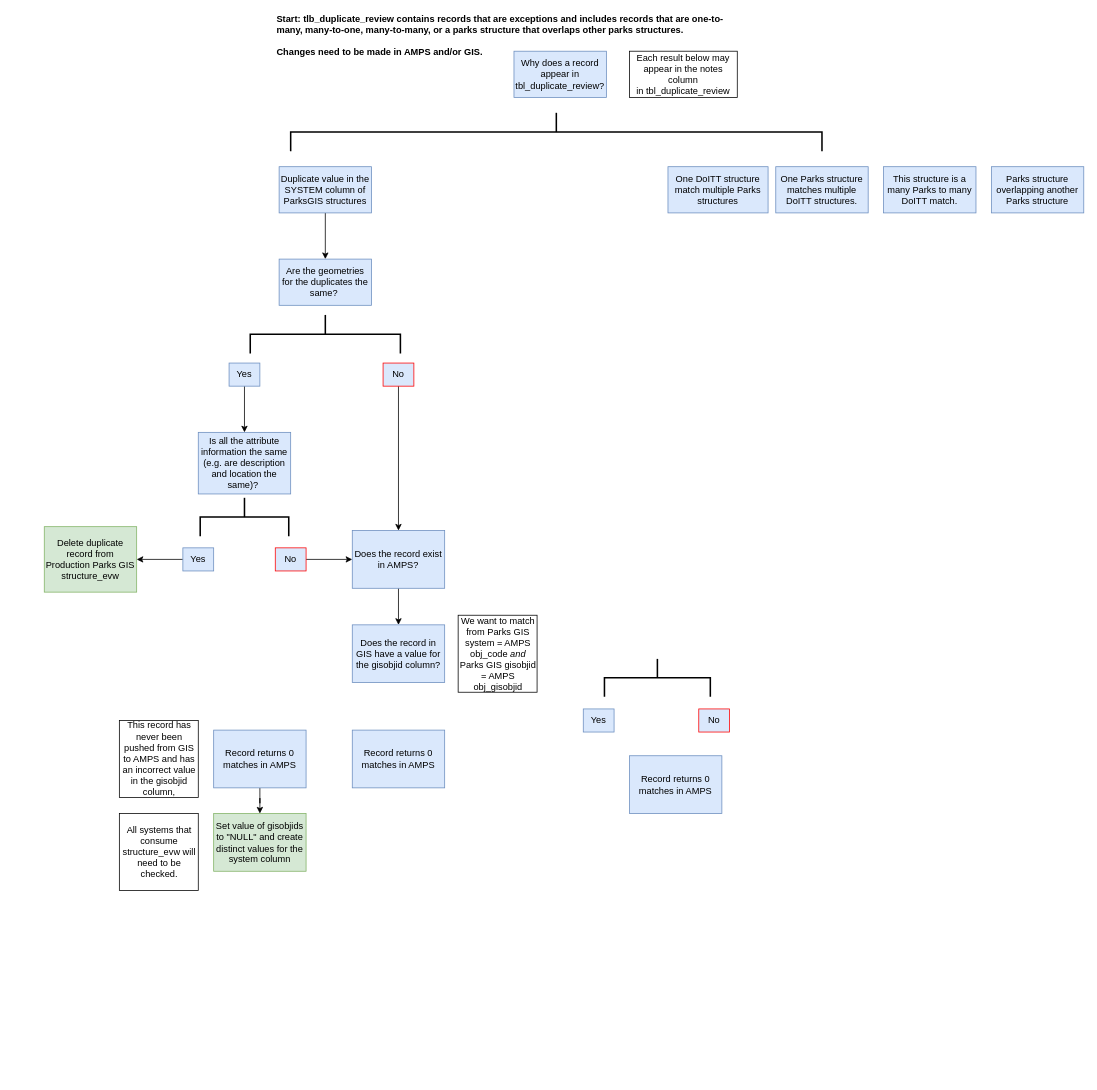
Above: Untitled Diagram.drawio in NYCParks-data/Structures (draw.io), before the change. Source tidied: cells renumbered, new cells numbered last; positions are measured from the earlier drawing's top-left corner, leaving out a move shared by most shapes. Both pictures are drawn from the tidied source at 77%, with x=0, y=0 at pixel (44, -134).
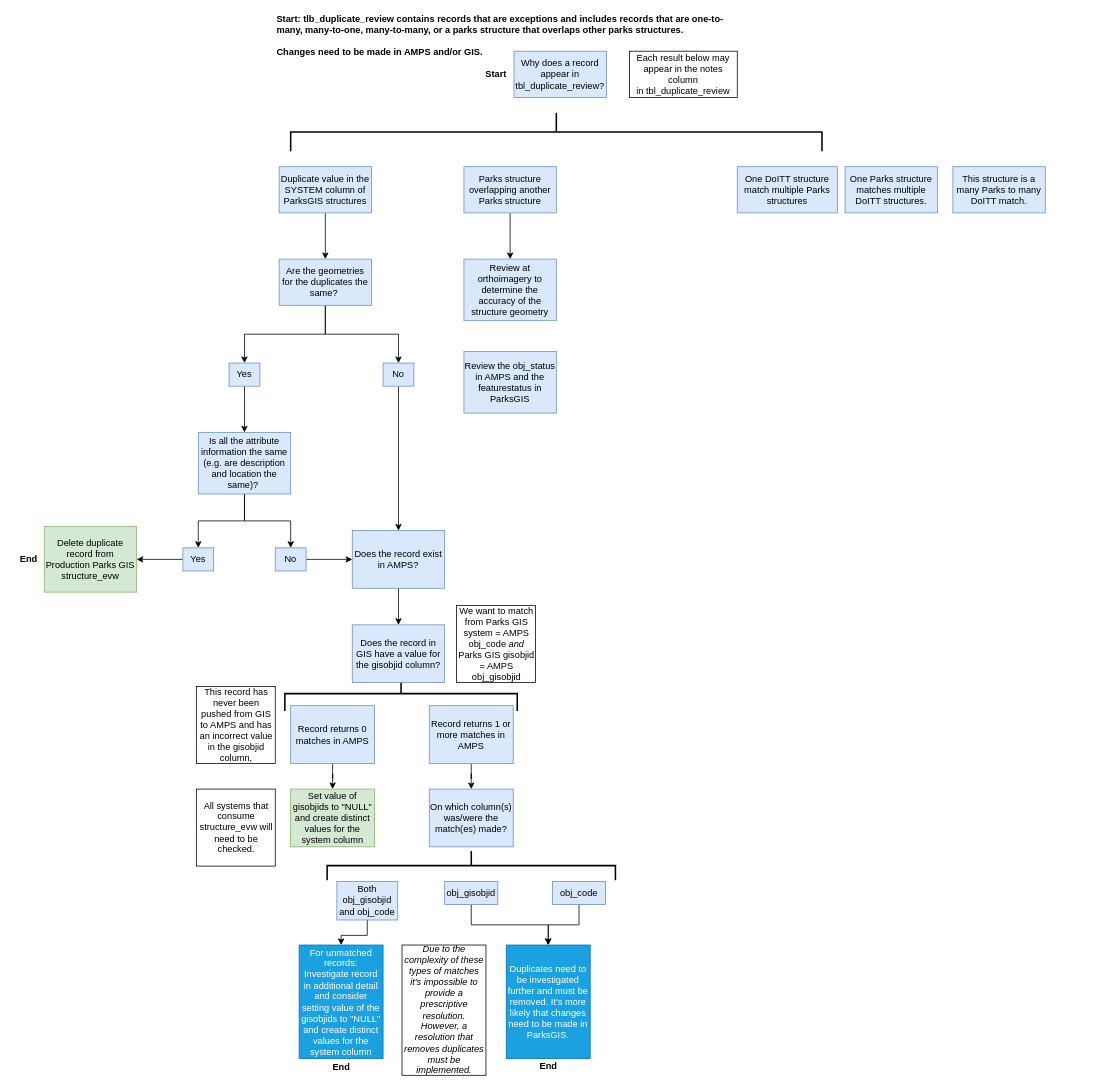
The same page after the edit.

Unchanged cells that the change refers to:
```xml
<mxCell id="12" value="Are the geometries for the duplicates the same?&amp;nbsp;" style="rounded=0;whiteSpace=wrap;html=1;fillColor=#dae8fc;strokeColor=#6c8ebf;" parent="1" vertex="1">
  <mxGeometry x="305" y="510" width="120" height="60" as="geometry" />
</mxCell>
<mxCell id="17" value="Is all the attribute information the same (e.g. are description and location the same)?&amp;nbsp;" style="rounded=0;whiteSpace=wrap;html=1;fillColor=#dae8fc;strokeColor=#6c8ebf;" parent="1" vertex="1">
  <mxGeometry x="200" y="735" width="120" height="80" as="geometry" />
</mxCell>
<mxCell id="19" value="Yes" style="rounded=0;whiteSpace=wrap;html=1;fillColor=#dae8fc;strokeColor=#6c8ebf;" parent="1" vertex="1">
  <mxGeometry x="180" y="885" width="40" height="30" as="geometry" />
</mxCell>
```

Diff of the diagram source:
```diff
@@
     <mxCell id="2" value="&lt;div style=&quot;box-sizing: border-box&quot;&gt;&lt;font style=&quot;font-size: 12px&quot;&gt;This structure is a many Parks to many DoITT match.&lt;/font&gt;&lt;/div&gt;" style="rounded=0;whiteSpace=wrap;html=1;fillColor=#dae8fc;strokeColor=#6c8ebf;" parent="1" vertex="1">
-      <mxGeometry x="1090" y="390" width="120" height="60" as="geometry" />
+      <mxGeometry x="1180" y="390" width="120" height="60" as="geometry" />
     </mxCell>
     <mxCell id="3" value="&lt;div style=&quot;box-sizing: border-box ; font-family: &amp;#34;segoe ui&amp;#34; , , &amp;#34;apple color emoji&amp;#34; , &amp;#34;segoe ui emoji&amp;#34; , sans-serif&quot;&gt;One Parks structure matches multiple DoITT structures.&lt;/div&gt;" style="rounded=0;whiteSpace=wrap;html=1;fillColor=#dae8fc;strokeColor=#6c8ebf;" parent="1" vertex="1">
-      <mxGeometry x="950" y="390" width="120" height="60" as="geometry" />
+      <mxGeometry x="1040" y="390" width="120" height="60" as="geometry" />
     </mxCell>
     <mxCell id="4" value="&lt;div style=&quot;box-sizing: border-box ; font-family: &amp;#34;segoe ui&amp;#34; , , &amp;#34;apple color emoji&amp;#34; , &amp;#34;segoe ui emoji&amp;#34; , sans-serif&quot;&gt;One DoITT structure match multiple Parks structures&lt;/div&gt;" style="rounded=0;whiteSpace=wrap;html=1;fillColor=#dae8fc;strokeColor=#6c8ebf;" parent="1" vertex="1">
-      <mxGeometry x="810" y="390" width="130" height="60" as="geometry" />
+      <mxGeometry x="900" y="390" width="130" height="60" as="geometry" />
     </mxCell>
@@
+    <mxCell id="39" style="edgeStyle=orthogonalEdgeStyle;rounded=0;jettySize=auto;html=1;" parent="1" edge="1" source="6" target="60">
+      <mxGeometry relative="1" as="geometry" />
+    </mxCell>
     <mxCell id="6" value="&lt;div style=&quot;box-sizing: border-box ; font-family: &amp;#34;segoe ui&amp;#34; , , &amp;#34;apple color emoji&amp;#34; , &amp;#34;segoe ui emoji&amp;#34; , sans-serif ; font-size: 14px&quot;&gt;&lt;div style=&quot;box-sizing: border-box ; font-family: &amp;#34;segoe ui&amp;#34; , , &amp;#34;apple color emoji&amp;#34; , &amp;#34;segoe ui emoji&amp;#34; , sans-serif ; font-size: 12px&quot;&gt;Parks structure overlapping another Parks structure&lt;/div&gt;&lt;/div&gt;" style="rounded=0;whiteSpace=wrap;html=1;fillColor=#dae8fc;strokeColor=#6c8ebf;" parent="1" vertex="1">
-      <mxGeometry x="1230" y="390" width="120" height="60" as="geometry" />
+      <mxGeometry x="545" y="390" width="120" height="60" as="geometry" />
     </mxCell>
@@
+    <mxCell id="40" style="edgeStyle=orthogonalEdgeStyle;rounded=0;jettySize=auto;html=1;exitX=0.5;exitY=1;exitDx=0;exitDy=0;entryX=0.5;entryY=0;entryDx=0;entryDy=0;" parent="1" edge="1" source="12" target="14">
+      <mxGeometry relative="1" as="geometry" />
+    </mxCell>
+    <mxCell id="41" style="edgeStyle=orthogonalEdgeStyle;rounded=0;jettySize=auto;html=1;exitX=0.5;exitY=1;exitDx=0;exitDy=0;entryX=0.5;entryY=0;entryDx=0;entryDy=0;" parent="1" edge="1" source="12" target="16">
+      <mxGeometry relative="1" as="geometry" />
+    </mxCell>
@@
-    <mxCell id="14" value="Yes" style="rounded=0;whiteSpace=wrap;html=1;fillColor=#dae8fc;strokeColor=#6c8ebf;" parent="1" vertex="1">
+    <mxCell id="14" value="Yes" style="rounded=0;whiteSpace=wrap;html=1;fillColor=#dae8fc;strokeColor=#6C8EBF;" parent="1" vertex="1">
       <mxGeometry x="240" y="645" width="40" height="30" as="geometry" />
     </mxCell>
@@
-    <mxCell id="16" value="No" style="rounded=0;whiteSpace=wrap;html=1;fillColor=#dae8fc;strokeColor=#FF0000;" parent="1" vertex="1">
+    <mxCell id="16" value="No" style="rounded=0;whiteSpace=wrap;html=1;fillColor=#dae8fc;strokeColor=#6C8EBF;" parent="1" vertex="1">
       <mxGeometry x="440" y="645" width="40" height="30" as="geometry" />
     </mxCell>
+    <mxCell id="42" style="edgeStyle=orthogonalEdgeStyle;rounded=0;jettySize=auto;html=1;exitX=0.5;exitY=1;exitDx=0;exitDy=0;entryX=0.5;entryY=0;entryDx=0;entryDy=0;" parent="1" edge="1" source="17" target="19">
+      <mxGeometry relative="1" as="geometry" />
+    </mxCell>
+    <mxCell id="43" style="edgeStyle=orthogonalEdgeStyle;rounded=0;jettySize=auto;html=1;exitX=0.5;exitY=1;exitDx=0;exitDy=0;entryX=0.5;entryY=0;entryDx=0;entryDy=0;" parent="1" edge="1" source="17" target="21">
+      <mxGeometry relative="1" as="geometry" />
+    </mxCell>
@@
-    <mxCell id="21" value="No" style="rounded=0;whiteSpace=wrap;html=1;fillColor=#dae8fc;strokeColor=#FF0000;" parent="1" vertex="1">
+    <mxCell id="21" value="No" style="rounded=0;whiteSpace=wrap;html=1;fillColor=#dae8fc;strokeColor=#6C8EBF;" parent="1" vertex="1">
       <mxGeometry x="300" y="885" width="40" height="30" as="geometry" />
     </mxCell>
@@
-    <mxCell id="25" style="strokeWidth=2;html=1;shape=mxgraph.flowchart.annotation_2;align=left;labelPosition=right;rotation=90;" parent="1" vertex="1">
-      <mxGeometry x="340" y="510" width="50" height="195" as="geometry" />
-    </mxCell>
-    <mxCell id="26" value="Yes" style="rounded=0;whiteSpace=wrap;html=1;fillColor=#dae8fc;strokeColor=#6c8ebf;" parent="1" vertex="1">
-      <mxGeometry x="700" y="1094.2" width="40" height="30" as="geometry" />
-    </mxCell>
-    <mxCell id="27" value="No" style="rounded=0;whiteSpace=wrap;html=1;fillColor=#dae8fc;strokeColor=#FF0000;" parent="1" vertex="1">
-      <mxGeometry x="850" y="1094.2" width="40" height="30" as="geometry" />
-    </mxCell>
     <mxCell id="28" style="strokeWidth=2;html=1;shape=mxgraph.flowchart.annotation_2;align=left;labelPosition=right;rotation=90;" parent="1" vertex="1">
-      <mxGeometry x="771.7" y="985" width="49.1" height="137.5" as="geometry" />
+      <mxGeometry x="440.9" y="923.4" width="44.9" height="301.8" as="geometry" />
     </mxCell>
@@
-    <mxCell id="30" style="strokeWidth=2;html=1;shape=mxgraph.flowchart.annotation_2;align=left;labelPosition=right;rotation=90;" parent="1" vertex="1">
-      <mxGeometry x="235" y="787.5" width="50" height="115" as="geometry" />
-    </mxCell>
     <mxCell id="31" value="We want to match from Parks GIS system = AMPS obj_code &lt;i&gt;and&lt;/i&gt; Parks GIS gisobjid = AMPS obj_gisobjid" style="rounded=0;whiteSpace=wrap;html=1;" parent="1" vertex="1">
-      <mxGeometry x="537.5" y="972.5" width="102.5" height="100" as="geometry" />
+      <mxGeometry x="535.5" y="960" width="102.5" height="100" as="geometry" />
     </mxCell>
@@
     <mxCell id="33" value="Record returns 0 matches in AMPS" style="rounded=0;whiteSpace=wrap;html=1;fillColor=#dae8fc;strokeColor=#6c8ebf;" parent="1" vertex="1">
-      <mxGeometry x="220" y="1121.7" width="120" height="75" as="geometry" />
+      <mxGeometry x="320" y="1090" width="109" height="75" as="geometry" />
     </mxCell>
-    <mxCell id="34" value="Record returns 0 matches in AMPS" style="rounded=0;whiteSpace=wrap;html=1;fillColor=#dae8fc;strokeColor=#6c8ebf;" parent="1" vertex="1">
-      <mxGeometry x="760" y="1155" width="120" height="75" as="geometry" />
-    </mxCell>
+    <mxCell id="44" style="edgeStyle=orthogonalEdgeStyle;rounded=0;jettySize=auto;html=1;" parent="1" edge="1" source="35" target="45">
+      <mxGeometry relative="1" as="geometry" />
+    </mxCell>
-    <mxCell id="35" value="Record returns 0 matches in AMPS" style="rounded=0;whiteSpace=wrap;html=1;fillColor=#dae8fc;strokeColor=#6c8ebf;" parent="1" vertex="1">
-      <mxGeometry x="400" y="1121.7" width="120" height="75" as="geometry" />
+    <mxCell id="35" value="Record returns 1 or more matches in AMPS" style="rounded=0;whiteSpace=wrap;html=1;fillColor=#dae8fc;strokeColor=#6c8ebf;" parent="1" vertex="1">
+      <mxGeometry x="500" y="1090" width="109" height="75" as="geometry" />
     </mxCell>
     <mxCell id="36" value="This record has never been pushed from GIS to AMPS and has an incorrect value in the gisobjid column," style="rounded=0;whiteSpace=wrap;html=1;" parent="1" vertex="1">
-      <mxGeometry x="97.5" y="1109.2" width="102.5" height="100" as="geometry" />
+      <mxGeometry x="197.5" y="1065" width="102.5" height="100" as="geometry" />
     </mxCell>
     <mxCell id="37" value="Set value of gisobjids to &quot;NULL&quot; and create distinct values for the system column" style="rounded=0;whiteSpace=wrap;html=1;fillColor=#d5e8d4;strokeColor=#82b366;" parent="1" vertex="1">
-      <mxGeometry x="220" y="1230" width="120" height="75" as="geometry" />
+      <mxGeometry x="320" y="1198.3" width="109" height="75" as="geometry" />
     </mxCell>
     <mxCell id="38" value="All systems that consume structure_evw will need to be checked." style="rounded=0;whiteSpace=wrap;html=1;" parent="1" vertex="1">
-      <mxGeometry x="97.5" y="1230" width="102.5" height="100" as="geometry" />
+      <mxGeometry x="197.5" y="1198.3" width="102.5" height="100" as="geometry" />
     </mxCell>
+    <mxCell id="45" value="On which column(s) was/were the match(es) made?" style="rounded=0;whiteSpace=wrap;html=1;fillColor=#dae8fc;strokeColor=#6c8ebf;" parent="1" vertex="1">
+      <mxGeometry x="500" y="1198.3" width="109" height="75" as="geometry" />
+    </mxCell>
+    <mxCell id="46" style="edgeStyle=orthogonalEdgeStyle;rounded=0;jettySize=auto;html=1;exitX=0.5;exitY=1;exitDx=0;exitDy=0;" parent="1" edge="1" source="47" target="54">
+      <mxGeometry relative="1" as="geometry" />
+    </mxCell>
+    <mxCell id="47" value="obj_gisobjid" style="rounded=0;whiteSpace=wrap;html=1;fillColor=#dae8fc;strokeColor=#6c8ebf;" parent="1" vertex="1">
+      <mxGeometry x="520" y="1318.3" width="69" height="30" as="geometry" />
+    </mxCell>
+    <mxCell id="48" style="edgeStyle=orthogonalEdgeStyle;rounded=0;jettySize=auto;html=1;entryX=0.5;entryY=0;entryDx=0;entryDy=0;" parent="1" edge="1" source="49" target="54">
+      <mxGeometry relative="1" as="geometry" />
+    </mxCell>
+    <mxCell id="49" value="obj_code" style="rounded=0;whiteSpace=wrap;html=1;fillColor=#dae8fc;strokeColor=#6c8ebf;" parent="1" vertex="1">
+      <mxGeometry x="660" y="1318.3" width="69" height="30" as="geometry" />
+    </mxCell>
+    <mxCell id="50" style="edgeStyle=orthogonalEdgeStyle;rounded=0;jettySize=auto;html=1;" parent="1" edge="1" source="51" target="53">
+      <mxGeometry relative="1" as="geometry" />
+    </mxCell>
+    <mxCell id="51" value="Both obj_gisobjid and obj_code" style="rounded=0;whiteSpace=wrap;html=1;fillColor=#dae8fc;strokeColor=#6c8ebf;" parent="1" vertex="1">
+      <mxGeometry x="380" y="1318.3" width="79" height="50" as="geometry" />
+    </mxCell>
+    <mxCell id="52" style="strokeWidth=2;html=1;shape=mxgraph.flowchart.annotation_2;align=left;labelPosition=right;rotation=90;" parent="1" vertex="1">
+      <mxGeometry x="535.5" y="1110.5" width="38.1" height="374.4" as="geometry" />
+    </mxCell>
+    <mxCell id="53" value="For unmatched records: &lt;br&gt;Investigate record in additional detail and consider&lt;br&gt;setting value of the gisobjids to &quot;NULL&quot; and create distinct values for the system column" style="rounded=0;whiteSpace=wrap;html=1;fillColor=#1ba1e2;strokeColor=#006EAF;fontColor=#ffffff;" parent="1" vertex="1">
+      <mxGeometry x="331" y="1400.8" width="109" height="147.5" as="geometry" />
+    </mxCell>
+    <mxCell id="54" value="Duplicates need to be investigated further and must be removed. It's more likely that changes need to be made in ParksGIS." style="rounded=0;whiteSpace=wrap;html=1;fillColor=#1ba1e2;strokeColor=#006EAF;fontColor=#ffffff;" parent="1" vertex="1">
+      <mxGeometry x="600" y="1400.8" width="109" height="147.5" as="geometry" />
+    </mxCell>
+    <mxCell id="55" value="&lt;i&gt;Due to the complexity of these types of matches it's impossible to provide a prescriptive resolution. However, a resolution that removes duplicates must be implemented.&lt;/i&gt;" style="rounded=0;whiteSpace=wrap;html=1;" parent="1" vertex="1">
+      <mxGeometry x="464.6" y="1400.8" width="109" height="169.2" as="geometry" />
+    </mxCell>
+    <mxCell id="56" value="&lt;b&gt;Start&lt;/b&gt;" style="text;html=1;strokeColor=none;fillColor=none;align=center;verticalAlign=middle;whiteSpace=wrap;rounded=0;" parent="1" vertex="1">
+      <mxGeometry x="566.7" y="260" width="40" height="20" as="geometry" />
+    </mxCell>
+    <mxCell id="57" value="&lt;b&gt;End&lt;/b&gt;" style="text;html=1;strokeColor=none;fillColor=none;align=center;verticalAlign=middle;whiteSpace=wrap;rounded=0;" parent="1" vertex="1">
+      <mxGeometry x="365.5" y="1550" width="40" height="20" as="geometry" />
+    </mxCell>
+    <mxCell id="58" value="&lt;b&gt;End&lt;/b&gt;" style="text;html=1;strokeColor=none;fillColor=none;align=center;verticalAlign=middle;whiteSpace=wrap;rounded=0;" parent="1" vertex="1">
+      <mxGeometry x="634.5" y="1548.3" width="40" height="20" as="geometry" />
+    </mxCell>
+    <mxCell id="59" value="&lt;b&gt;End&lt;/b&gt;" style="text;html=1;strokeColor=none;fillColor=none;align=center;verticalAlign=middle;whiteSpace=wrap;rounded=0;" parent="1" vertex="1">
+      <mxGeometry x="-40" y="890" width="40" height="20" as="geometry" />
+    </mxCell>
+    <mxCell id="60" value="Review at orthoimagery to determine the accuracy of the structure geometry" style="rounded=0;whiteSpace=wrap;html=1;fillColor=#dae8fc;strokeColor=#6c8ebf;" parent="1" vertex="1">
+      <mxGeometry x="545" y="510" width="120" height="80" as="geometry" />
+    </mxCell>
+    <mxCell id="61" value="Review the obj_status in AMPS and the featurestatus in ParksGIS" style="rounded=0;whiteSpace=wrap;html=1;fillColor=#dae8fc;strokeColor=#6c8ebf;" parent="1" vertex="1">
+      <mxGeometry x="545" y="630" width="120" height="80" as="geometry" />
+    </mxCell>
```
